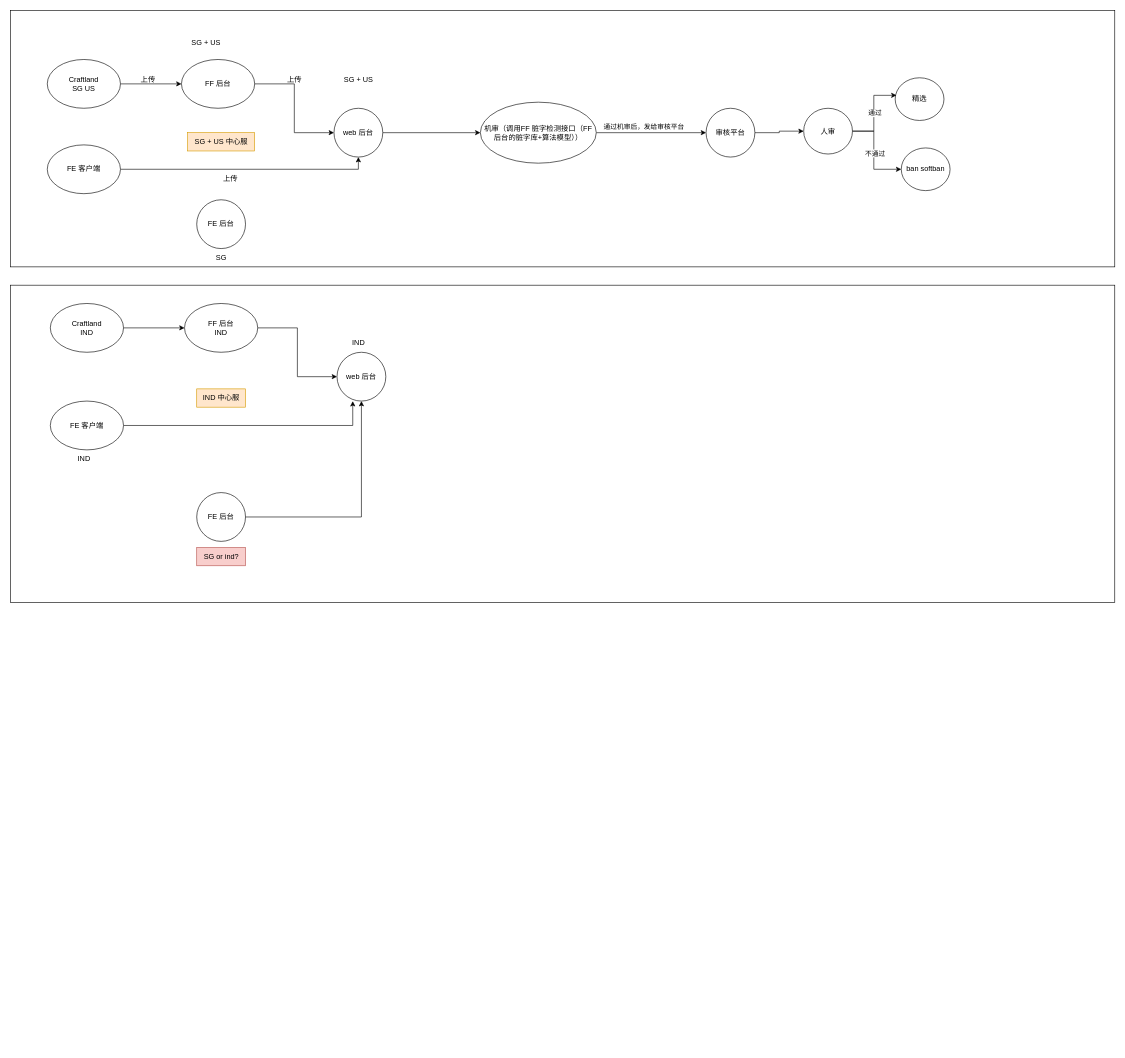
This is resource_store.drawio from onlyonedaniel/wiki, a draw.io file, before an edit. Source tidied: cells renumbered, new cells numbered last; positions are measured from the earlier drawing's top-left corner, leaving out a move shared by most shapes. Both pictures are drawn from the tidied source at 61%, with x=0, y=0 at pixel (10, 10).
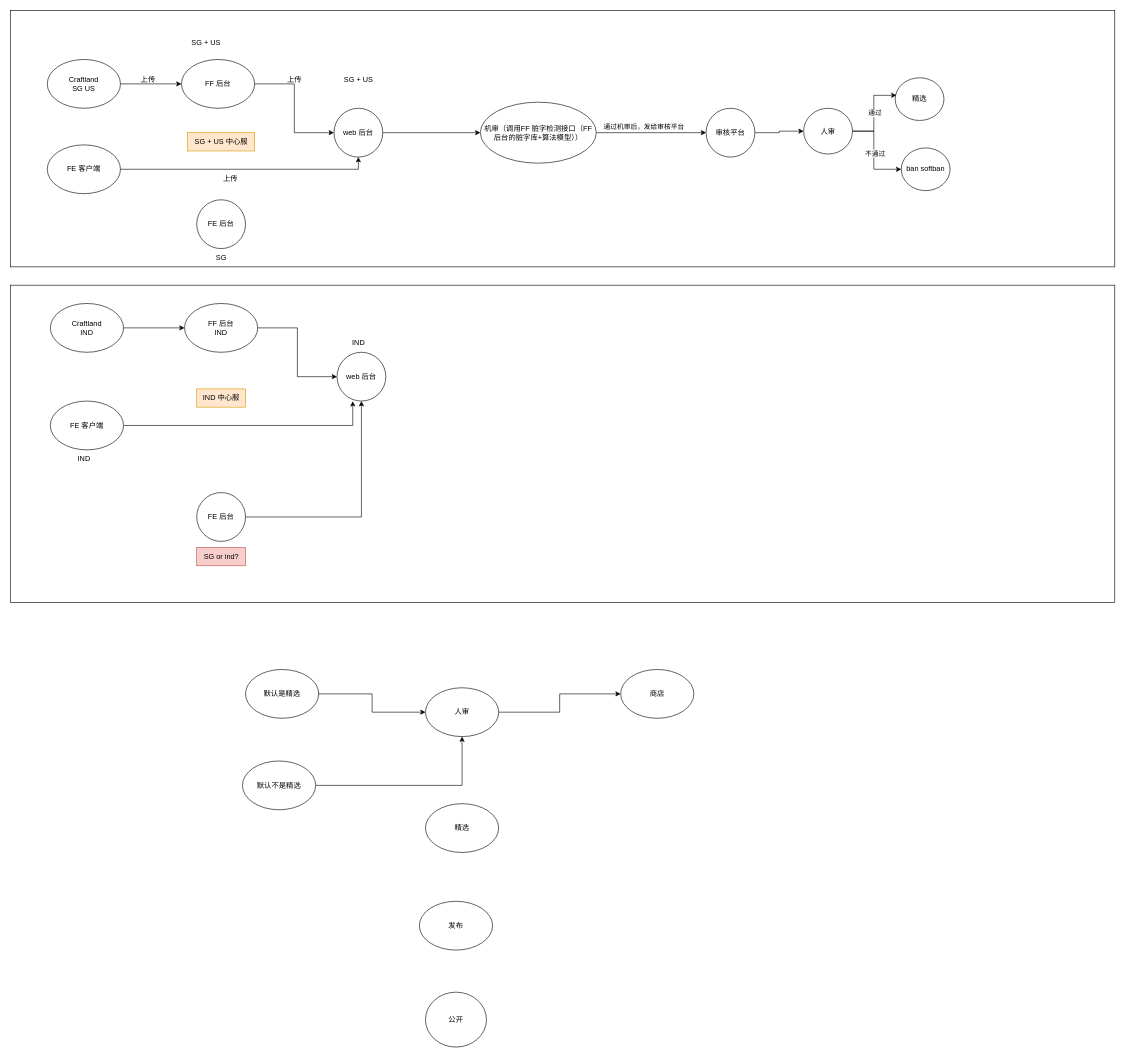
The same diagram, later.

The edit, as a diff of the source:
```diff
@@
+    <mxCell id="47" style="edgeStyle=orthogonalEdgeStyle;rounded=0;jettySize=auto;html=1;entryX=0;entryY=0.5;entryDx=0;entryDy=0;" parent="1" edge="1" source="48" target="50">
+      <mxGeometry relative="1" as="geometry" />
+    </mxCell>
+    <mxCell id="48" value="默认是精选" style="ellipse;whiteSpace=wrap;html=1;" parent="1" vertex="1">
+      <mxGeometry x="385" y="1080" width="120" height="80" as="geometry" />
+    </mxCell>
+    <mxCell id="49" style="edgeStyle=orthogonalEdgeStyle;rounded=0;jettySize=auto;html=1;" parent="1" edge="1" source="50" target="56">
+      <mxGeometry relative="1" as="geometry" />
+    </mxCell>
+    <mxCell id="50" value="人审" style="ellipse;whiteSpace=wrap;html=1;" parent="1" vertex="1">
+      <mxGeometry x="680" y="1110" width="120" height="80" as="geometry" />
+    </mxCell>
+    <mxCell id="51" value="精选" style="ellipse;whiteSpace=wrap;html=1;" parent="1" vertex="1">
+      <mxGeometry x="680" y="1300" width="120" height="80" as="geometry" />
+    </mxCell>
+    <mxCell id="52" value="发布" style="ellipse;whiteSpace=wrap;html=1;" parent="1" vertex="1">
+      <mxGeometry x="670" y="1460" width="120" height="80" as="geometry" />
+    </mxCell>
+    <mxCell id="53" value="公开" style="ellipse;whiteSpace=wrap;html=1;" parent="1" vertex="1">
+      <mxGeometry x="680" y="1609" width="100" height="90" as="geometry" />
+    </mxCell>
+    <mxCell id="54" style="edgeStyle=orthogonalEdgeStyle;rounded=0;jettySize=auto;html=1;entryX=0.5;entryY=1;entryDx=0;entryDy=0;" parent="1" edge="1" source="55" target="50">
+      <mxGeometry relative="1" as="geometry" />
+    </mxCell>
+    <mxCell id="55" value="默认不是精选" style="ellipse;whiteSpace=wrap;html=1;" parent="1" vertex="1">
+      <mxGeometry x="380" y="1230" width="120" height="80" as="geometry" />
+    </mxCell>
+    <mxCell id="56" value="商店" style="ellipse;whiteSpace=wrap;html=1;" parent="1" vertex="1">
+      <mxGeometry x="1000" y="1080" width="120" height="80" as="geometry" />
+    </mxCell>
```
